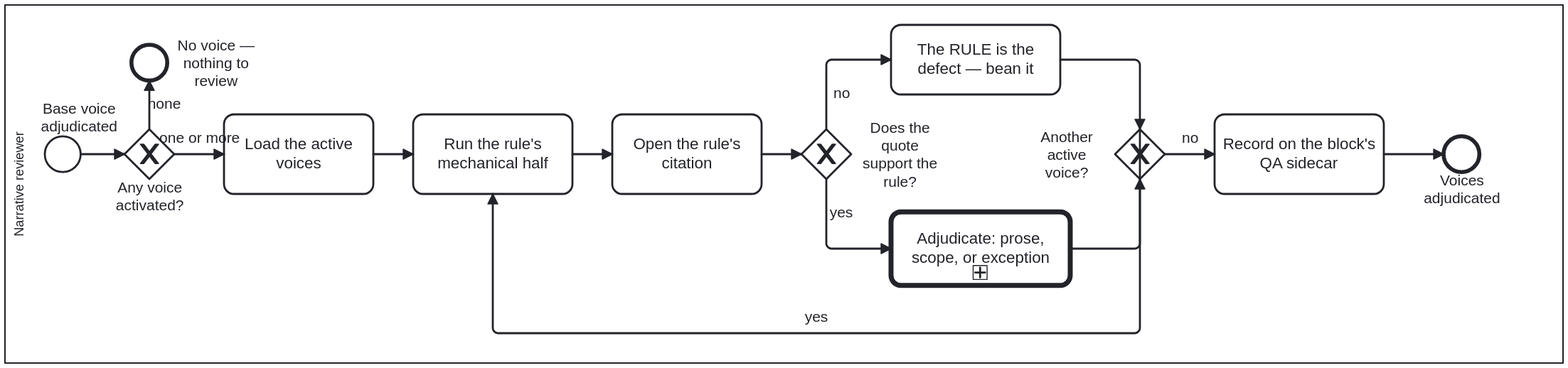
Earlier version of the BPMN export docs/assets/img/workflows/voice-review.svg (litlfred/cat-harness). Its source is kept beside it as processes/content/voice-review.bpmn. Ids are renumbered. Source of this version:
```xml
<bpmn:definitions xmlns:bpmn="http://www.omg.org/spec/BPMN/20100524/MODEL"
                  xmlns:bpmndi="http://www.omg.org/spec/BPMN/20100524/DI"
                  xmlns:dc="http://www.omg.org/spec/DD/20100524/DC"
                  xmlns:di="http://www.omg.org/spec/DD/20100524/DI"
                  xmlns:bootstrap.processes="https://litlfred.github.io/bootstrap/v0/processes/ns#"
                  xmlns:cat-harness.processes="https://litlfred.github.io/cat-harness/v0/processes/ns#"
                  id="Definitions_VoiceReview"
                  targetNamespace="https://litlfred.github.io/folio-assistant/workflows">
  <bpmn:import namespace="https://litlfred.github.io/bootstrap/v0/processes/ns#" location="https://litlfred.github.io/bootstrap/v0/processes/ns.jsonld" importType="http://www.w3.org/ns/json-ld"/>
  <bpmn:resource id="narrative-reviewer" name="Narrative reviewer"/>

  <!-- ═══════════════════════════════════════════════════════════
       Voice overlay review — a SUBPROCESS of Process_NarrativeReview.

       Issue #208 asks for the voice review to be part of the "one voice"
       review rather than beside it, and this is where that lands: the
       narrative reviewer descends here after adjudicating the base house
       voice, and takes on no new role — the same `narrative-reviewer` lane
       owns both halves, because a voice is a REGISTER and register is what
       that lane already judges.

       THE FIRST GATEWAY IS THE POINT. A folio that has activated no voice
       must leave immediately, and this diagram says so structurally rather
       than leaving it to a reviewer's discretion. Issue #208: "we shouldnt
       autmoatically apply voices … the folio-asst's own docuemtnation conent
       doesnt have any voice". An unasked-for voice produces confident
       findings against prose that was never written to it.

       THE LOOP OVER VOICES IS SEQUENTIAL AND DELIBERATE. Rules from several
       active voices are UNIONED, not merged, so two voices may both speak
       about capitalisation and both findings stand. A reviewer reading a
       finding has to know which voice raised it, and a merged pass would
       lose that.
       ═══════════════════════════════════════════════════════════ -->

  <bpmn:process id="Process_VoiceReview" name="Voice overlay review" isExecutable="false">
    <bpmn:documentation>The voice axis: load whichever editorial voices are active, run each rule's mechanical half, and decide — for each finding — whether the prose is wrong, the rule does not apply to this content, or this block is a stated exception.

You are in this process after the base voice has been adjudicated, and only if a voice is active at all: the first gateway ends the process honestly when none is, rather than reporting a clean review of nothing.

Three outcomes, all legitimate, and the third is the one that needs recording: an exception without a reviewer entry is indistinguishable from a rule nobody ran. There is also a fourth path the diagram draws deliberately — if the rule's own citation does not support it, the RULE is the defect, and that becomes a bean rather than a finding against the prose.</bpmn:documentation>
    <bpmn:extensionElements>
      <cat-harness.processes:policy enforcement="advisory"/>
    </bpmn:extensionElements>

    <bpmn:laneSet id="LaneSet_VoiceReview">
      <bpmn:lane id="Lane_NarrativeReviewer" name="Narrative reviewer" partitionElementRef="narrative-reviewer">
        <bpmn:documentation>Runs every active voice to completion rather than stopping at the first, because rules from separate voices are UNIONED rather than merged — two voices can both flag capitalisation and both findings must stand, so folding voice N+1's pass into voice N's would lose which voice raised what. At each citation, this lane also has to route the defect to the right place: a rule its own citation does not support goes to Task_RuleIsWrong as a finding against the VOICE, never into Task_Adjudicate, which only ever judges the block.</bpmn:documentation>
        <bpmn:flowNodeRef>Start_BaseVoiceDone</bpmn:flowNodeRef>
        <bpmn:flowNodeRef>GW_AnyActive</bpmn:flowNodeRef>
        <bpmn:flowNodeRef>End_NoVoice</bpmn:flowNodeRef>
        <bpmn:flowNodeRef>Task_LoadActive</bpmn:flowNodeRef>
        <bpmn:flowNodeRef>Task_MechanicalHalf</bpmn:flowNodeRef>
        <bpmn:flowNodeRef>Task_OpenCitation</bpmn:flowNodeRef>
        <bpmn:flowNodeRef>GW_QuoteSupports</bpmn:flowNodeRef>
        <bpmn:flowNodeRef>Task_RuleIsWrong</bpmn:flowNodeRef>
        <bpmn:flowNodeRef>Task_Adjudicate</bpmn:flowNodeRef>
        <bpmn:flowNodeRef>GW_MoreVoices</bpmn:flowNodeRef>
        <bpmn:flowNodeRef>Task_RecordOnSidecar</bpmn:flowNodeRef>
        <bpmn:flowNodeRef>End_VoiceReviewed</bpmn:flowNodeRef>
      </bpmn:lane>
    </bpmn:laneSet>

    <bpmn:startEvent id="Start_BaseVoiceDone" name="Base voice&#10;adjudicated"/>

    <bpmn:exclusiveGateway id="GW_AnyActive" name="Any voice&#10;activated?">
      <bpmn:documentation>Is any voice activated for this block, beyond the base voice already adjudicated? `none` ends with nothing to review; `one or more` loads the active voices.</bpmn:documentation>
    </bpmn:exclusiveGateway>

    <bpmn:endEvent id="End_NoVoice" name="No voice —&#10;nothing to review">
      <bpmn:documentation>A pass, not a gap. An empty `voices.active` is the default and a legitimate answer: this instance ships four voices and activates none.</bpmn:documentation>
    </bpmn:endEvent>

    <bpmn:task id="Task_LoadActive" name="Load the active voices">
      <bpmn:documentation>The activated set only, never everything shipped. An id naming no shipped voice is an error rather than a skip — a folio that believes it is applying a voice and is applying nothing has the cleanest-looking output of the three.</bpmn:documentation>
      <bpmn:extensionElements><bootstrap.processes:skill ref="voice-overlay-review"/></bpmn:extensionElements>
    </bpmn:task>

    <bpmn:task id="Task_MechanicalHalf" name="Run the rule's mechanical half">
      <bpmn:documentation>Whatever `patterns` and `terminology` the rule carries. A `judgementOnly` rule has no mechanical half by declaration, which is different from nobody having written one yet.</bpmn:documentation>
      <bpmn:extensionElements><bootstrap.processes:skill ref="voice-overlay-review"/></bpmn:extensionElements>
    </bpmn:task>

    <bpmn:task id="Task_OpenCitation" name="Open the rule's citation">
      <bpmn:documentation>Every rule resolves to a real `library/` section or a KG node, and carries the quote it was read from. Opening it is what lets a reviewer say WHY the rule applies — and it is the only way to catch a rule that misread its own source.</bpmn:documentation>
      <bpmn:extensionElements><bootstrap.processes:skill ref="voice-overlay-review"/></bpmn:extensionElements>
    </bpmn:task>

    <bpmn:exclusiveGateway id="GW_QuoteSupports" name="Does the quote&#10;support the rule?">
      <bpmn:documentation>Answered by opening the rule's citation: does the quoted source support the rule? `no` means the rule itself is the defect and is beaned; `yes` goes to adjudicating the prose, the rule's scope or an exception.</bpmn:documentation>
    </bpmn:exclusiveGateway>

    <bpmn:task id="Task_RuleIsWrong" name="The RULE is the defect — bean it">
      <bpmn:documentation>A rule its own quote does not support is a finding against the voice, not against the block. Measured precedent: `voice-editorializing` flags "clearly", and the exemplar the Milnor gate is named after uses it fourteen times as proof economy (bean `2t41`).</bpmn:documentation>
      <bpmn:extensionElements>
        <bootstrap.processes:skill ref="voice-overlay-review"/>
        <cat-harness.processes:bean op="note"/>
      </bpmn:extensionElements>
    </bpmn:task>

    <bpmn:callActivity id="Task_Adjudicate" calledElement="Process_CriterionAdjudication" name="Adjudicate: prose, scope, or exception">
      <bpmn:documentation>The same three outcomes as the base voice axis. The register is wrong for this block (fix the prose); the rule does not apply to this content (scope it on the voice, one edit rather than ten overrules); or the rule applies and this block is an exception (a reviewer entry saying why).</bpmn:documentation>
      <bpmn:extensionElements><bootstrap.processes:skill ref="voice-overlay-review"/><bootstrap.processes:skill ref="adjudication"/><cat-harness.processes:adjudication accepts="stands scope dispensation"/></bpmn:extensionElements>
    </bpmn:callActivity>

    <bpmn:exclusiveGateway id="GW_MoreVoices" name="Another active&#10;voice?">
      <bpmn:documentation>Is another active voice left to review? `yes` runs that voice's mechanical half; `no` records the results on the block's QA sidecar.</bpmn:documentation>
    </bpmn:exclusiveGateway>

    <bpmn:task id="Task_RecordOnSidecar" name="Record on the block's QA sidecar">
      <bpmn:documentation>Through `qa-merge-findings`, so the icon and the published witness agree with the decision. The adjudication LEADS the criterion and the script entry is kept beneath it: a disagreement between a checker and a reviewer is information.</bpmn:documentation>
      <bpmn:extensionElements><bootstrap.processes:skill ref="voice-overlay-review"/></bpmn:extensionElements>
    </bpmn:task>

    <bpmn:endEvent id="End_VoiceReviewed" name="Voices&#10;adjudicated"/>

    <bpmn:sequenceFlow id="F_V1" sourceRef="Start_BaseVoiceDone" targetRef="GW_AnyActive"/>
    <bpmn:sequenceFlow id="F_V2" name="none" sourceRef="GW_AnyActive" targetRef="End_NoVoice"/>
    <bpmn:sequenceFlow id="F_V3" name="one or more" sourceRef="GW_AnyActive" targetRef="Task_LoadActive"/>
    <bpmn:sequenceFlow id="F_V4" sourceRef="Task_LoadActive" targetRef="Task_MechanicalHalf"/>
    <bpmn:sequenceFlow id="F_V5" sourceRef="Task_MechanicalHalf" targetRef="Task_OpenCitation"/>
    <bpmn:sequenceFlow id="F_V6" sourceRef="Task_OpenCitation" targetRef="GW_QuoteSupports"/>
    <bpmn:sequenceFlow id="F_V7" name="no" sourceRef="GW_QuoteSupports" targetRef="Task_RuleIsWrong"/>
    <bpmn:sequenceFlow id="F_V8" name="yes" sourceRef="GW_QuoteSupports" targetRef="Task_Adjudicate"/>
    <bpmn:sequenceFlow id="F_V9" sourceRef="Task_RuleIsWrong" targetRef="GW_MoreVoices"/>
    <bpmn:sequenceFlow id="F_V10" sourceRef="Task_Adjudicate" targetRef="GW_MoreVoices"/>
    <bpmn:sequenceFlow id="F_V11" name="yes" sourceRef="GW_MoreVoices" targetRef="Task_MechanicalHalf"/>
    <bpmn:sequenceFlow id="F_V12" name="no" sourceRef="GW_MoreVoices" targetRef="Task_RecordOnSidecar"/>
    <bpmn:sequenceFlow id="F_V13" sourceRef="Task_RecordOnSidecar" targetRef="End_VoiceReviewed"/>

  </bpmn:process>

  <bpmndi:BPMNDiagram id="Diagram_VoiceReview">
    <bpmndi:BPMNPlane id="Plane_VoiceReview" bpmnElement="Process_VoiceReview">
      <bpmndi:BPMNShape id="S_Lane_NarrativeReviewer_V" bpmnElement="Lane_NarrativeReviewer" isHorizontal="true">
        <dc:Bounds x="160" y="80" width="1565" height="360" />
      </bpmndi:BPMNShape>
      <bpmndi:BPMNShape id="S_Start_BaseVoiceDone" bpmnElement="Start_BaseVoiceDone">
        <dc:Bounds x="200" y="212" width="36" height="36" />
        <bpmndi:BPMNLabel><dc:Bounds x="189.5" y="175.5" width="90" height="36" /></bpmndi:BPMNLabel>
      </bpmndi:BPMNShape>
      <bpmndi:BPMNShape id="S_GW_AnyActive" bpmnElement="GW_AnyActive" isMarkerVisible="true">
        <dc:Bounds x="280" y="205" width="50" height="50" />
      </bpmndi:BPMNShape>
      <bpmndi:BPMNShape id="S_End_NoVoice" bpmnElement="End_NoVoice">
        <dc:Bounds x="287" y="120" width="36" height="36" />

      <bpmndi:BPMNLabel><dc:Bounds x="327" y="111.5" width="90" height="53" /></bpmndi:BPMNLabel></bpmndi:BPMNShape>
      <bpmndi:BPMNShape id="S_Task_LoadActive" bpmnElement="Task_LoadActive">
        <dc:Bounds x="380" y="190" width="150" height="80" />
      </bpmndi:BPMNShape>
      <bpmndi:BPMNShape id="S_Task_MechanicalHalf" bpmnElement="Task_MechanicalHalf">
        <dc:Bounds x="570" y="190" width="160" height="80" />
      </bpmndi:BPMNShape>
      <bpmndi:BPMNShape id="S_Task_OpenCitation" bpmnElement="Task_OpenCitation">
        <dc:Bounds x="770" y="190" width="150" height="80" />
      </bpmndi:BPMNShape>
      <bpmndi:BPMNShape id="S_GW_QuoteSupports" bpmnElement="GW_QuoteSupports" isMarkerVisible="true">
        <dc:Bounds x="960" y="205" width="50" height="50" />

      <bpmndi:BPMNLabel><dc:Bounds x="1014" y="194.5" width="90" height="71" /></bpmndi:BPMNLabel></bpmndi:BPMNShape>
      <bpmndi:BPMNShape id="S_Task_RuleIsWrong" bpmnElement="Task_RuleIsWrong">
        <dc:Bounds x="1050" y="100" width="170" height="70" />
      </bpmndi:BPMNShape>
      <bpmndi:BPMNShape id="S_Task_Adjudicate" bpmnElement="Task_Adjudicate">
        <dc:Bounds x="1050" y="288" width="180" height="74" />
      </bpmndi:BPMNShape>
      <bpmndi:BPMNShape id="S_GW_MoreVoices" bpmnElement="GW_MoreVoices" isMarkerVisible="true">
        <dc:Bounds x="1275" y="205" width="50" height="50" />

      <bpmndi:BPMNLabel><dc:Bounds x="1181" y="203.5" width="90" height="53" /></bpmndi:BPMNLabel></bpmndi:BPMNShape>
      <bpmndi:BPMNShape id="S_Task_RecordOnSidecar" bpmnElement="Task_RecordOnSidecar">
        <dc:Bounds x="1375" y="190" width="170" height="80" />
      </bpmndi:BPMNShape>
      <bpmndi:BPMNShape id="S_End_VoiceReviewed" bpmnElement="End_VoiceReviewed">
        <dc:Bounds x="1605" y="212" width="36" height="36" />
      </bpmndi:BPMNShape>
      <bpmndi:BPMNEdge id="E_F_V1" bpmnElement="F_V1">
        <di:waypoint x="236" y="230"/><di:waypoint x="280" y="230"/>
      </bpmndi:BPMNEdge>
      <bpmndi:BPMNEdge id="E_F_V2" bpmnElement="F_V2">
        <di:waypoint x="305" y="205"/><di:waypoint x="305" y="156"/>
      </bpmndi:BPMNEdge>
      <bpmndi:BPMNEdge id="E_F_V3" bpmnElement="F_V3">
        <di:waypoint x="330" y="230"/><di:waypoint x="380" y="230"/>
      </bpmndi:BPMNEdge>
      <bpmndi:BPMNEdge id="E_F_V4" bpmnElement="F_V4">
        <di:waypoint x="530" y="230"/><di:waypoint x="570" y="230"/>
      </bpmndi:BPMNEdge>
      <bpmndi:BPMNEdge id="E_F_V5" bpmnElement="F_V5">
        <di:waypoint x="730" y="230"/><di:waypoint x="770" y="230"/>
      </bpmndi:BPMNEdge>
      <bpmndi:BPMNEdge id="E_F_V6" bpmnElement="F_V6">
        <di:waypoint x="920" y="230"/><di:waypoint x="960" y="230"/>
      </bpmndi:BPMNEdge>
      <bpmndi:BPMNEdge id="E_F_V7" bpmnElement="F_V7">
        <di:waypoint x="985" y="205"/><di:waypoint x="985" y="135"/><di:waypoint x="1050" y="135"/>
      </bpmndi:BPMNEdge>
      <bpmndi:BPMNEdge id="E_F_V8" bpmnElement="F_V8">
        <di:waypoint x="985" y="255" />
        <di:waypoint x="985" y="325" />
        <di:waypoint x="1050" y="325" />
      </bpmndi:BPMNEdge>
      <bpmndi:BPMNEdge id="E_F_V9" bpmnElement="F_V9">
        <di:waypoint x="1220" y="135" />
        <di:waypoint x="1300" y="135" />
        <di:waypoint x="1300" y="205" />
      </bpmndi:BPMNEdge>
      <bpmndi:BPMNEdge id="E_F_V10" bpmnElement="F_V10">
        <di:waypoint x="1230" y="325" />
        <di:waypoint x="1300" y="325" />
        <di:waypoint x="1300" y="255" />
      </bpmndi:BPMNEdge>
      <bpmndi:BPMNEdge id="E_F_V11" bpmnElement="F_V11">
        <di:waypoint x="1300" y="205" />
        <di:waypoint x="1300" y="410" />
        <di:waypoint x="650" y="410" />
        <di:waypoint x="650" y="270" />
      </bpmndi:BPMNEdge>
      <bpmndi:BPMNEdge id="E_F_V12" bpmnElement="F_V12">
        <di:waypoint x="1325" y="230" />
        <di:waypoint x="1375" y="230" />
      </bpmndi:BPMNEdge>
      <bpmndi:BPMNEdge id="E_F_V13" bpmnElement="F_V13">
        <di:waypoint x="1545" y="230" />
        <di:waypoint x="1605" y="230" />
      </bpmndi:BPMNEdge>
    </bpmndi:BPMNPlane>
  </bpmndi:BPMNDiagram>
</bpmn:definitions>
```
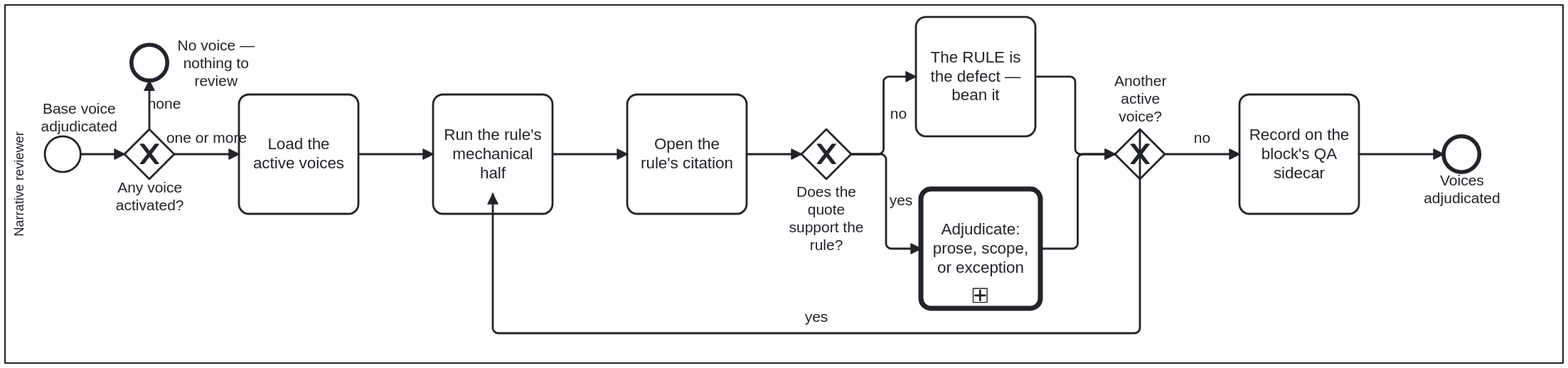
After the commit.

The edit, as a diff of the source:
```diff
@@ -137,8 +137,8 @@
       </bpmndi:BPMNShape>
       <bpmndi:BPMNShape id="S_Start_BaseVoiceDone" bpmnElement="Start_BaseVoiceDone">
         <dc:Bounds x="200" y="212" width="36" height="36" />
-        <bpmndi:BPMNLabel><dc:Bounds x="189.5" y="175.5" width="90" height="36" /></bpmndi:BPMNLabel>
-      </bpmndi:BPMNShape>
+
+      <bpmndi:BPMNLabel><dc:Bounds x="189.5" y="175.5" width="90" height="36" /></bpmndi:BPMNLabel></bpmndi:BPMNShape>
       <bpmndi:BPMNShape id="S_GW_AnyActive" bpmnElement="GW_AnyActive" isMarkerVisible="true">
         <dc:Bounds x="280" y="205" width="50" height="50" />
       </bpmndi:BPMNShape>
@@ -147,30 +147,30 @@
 
       <bpmndi:BPMNLabel><dc:Bounds x="327" y="111.5" width="90" height="53" /></bpmndi:BPMNLabel></bpmndi:BPMNShape>
       <bpmndi:BPMNShape id="S_Task_LoadActive" bpmnElement="Task_LoadActive">
-        <dc:Bounds x="380" y="190" width="150" height="80" />
+        <dc:Bounds x="395" y="170" width="120" height="120" />
       </bpmndi:BPMNShape>
       <bpmndi:BPMNShape id="S_Task_MechanicalHalf" bpmnElement="Task_MechanicalHalf">
-        <dc:Bounds x="570" y="190" width="160" height="80" />
+        <dc:Bounds x="590" y="170" width="120" height="120" />
       </bpmndi:BPMNShape>
       <bpmndi:BPMNShape id="S_Task_OpenCitation" bpmnElement="Task_OpenCitation">
-        <dc:Bounds x="770" y="190" width="150" height="80" />
+        <dc:Bounds x="785" y="170" width="120" height="120" />
       </bpmndi:BPMNShape>
       <bpmndi:BPMNShape id="S_GW_QuoteSupports" bpmnElement="GW_QuoteSupports" isMarkerVisible="true">
         <dc:Bounds x="960" y="205" width="50" height="50" />
 
-      <bpmndi:BPMNLabel><dc:Bounds x="1014" y="194.5" width="90" height="71" /></bpmndi:BPMNLabel></bpmndi:BPMNShape>
+      <bpmndi:BPMNLabel><dc:Bounds x="940" y="259" width="90" height="71" /></bpmndi:BPMNLabel></bpmndi:BPMNShape>
       <bpmndi:BPMNShape id="S_Task_RuleIsWrong" bpmnElement="Task_RuleIsWrong">
-        <dc:Bounds x="1050" y="100" width="170" height="70" />
+        <dc:Bounds x="1075" y="92" width="120" height="120" />
       </bpmndi:BPMNShape>
       <bpmndi:BPMNShape id="S_Task_Adjudicate" bpmnElement="Task_Adjudicate">
-        <dc:Bounds x="1050" y="288" width="180" height="74" />
+        <dc:Bounds x="1080" y="265" width="120" height="120" />
       </bpmndi:BPMNShape>
       <bpmndi:BPMNShape id="S_GW_MoreVoices" bpmnElement="GW_MoreVoices" isMarkerVisible="true">
         <dc:Bounds x="1275" y="205" width="50" height="50" />
 
-      <bpmndi:BPMNLabel><dc:Bounds x="1181" y="203.5" width="90" height="53" /></bpmndi:BPMNLabel></bpmndi:BPMNShape>
+      <bpmndi:BPMNLabel><dc:Bounds x="1255" y="148" width="90" height="53" /></bpmndi:BPMNLabel></bpmndi:BPMNShape>
       <bpmndi:BPMNShape id="S_Task_RecordOnSidecar" bpmnElement="Task_RecordOnSidecar">
-        <dc:Bounds x="1375" y="190" width="170" height="80" />
+        <dc:Bounds x="1400" y="170" width="120" height="120" />
       </bpmndi:BPMNShape>
       <bpmndi:BPMNShape id="S_End_VoiceReviewed" bpmnElement="End_VoiceReviewed">
         <dc:Bounds x="1605" y="212" width="36" height="36" />
@@ -182,34 +182,44 @@
         <di:waypoint x="305" y="205"/><di:waypoint x="305" y="156"/>
       </bpmndi:BPMNEdge>
       <bpmndi:BPMNEdge id="E_F_V3" bpmnElement="F_V3">
-        <di:waypoint x="330" y="230"/><di:waypoint x="380" y="230"/>
+        <di:waypoint x="330" y="230" />
+        <di:waypoint x="395" y="230" />
       </bpmndi:BPMNEdge>
       <bpmndi:BPMNEdge id="E_F_V4" bpmnElement="F_V4">
-        <di:waypoint x="530" y="230"/><di:waypoint x="570" y="230"/>
+        <di:waypoint x="515" y="230" />
+        <di:waypoint x="590" y="230" />
       </bpmndi:BPMNEdge>
       <bpmndi:BPMNEdge id="E_F_V5" bpmnElement="F_V5">
-        <di:waypoint x="730" y="230"/><di:waypoint x="770" y="230"/>
+        <di:waypoint x="710" y="230" />
+        <di:waypoint x="785" y="230" />
       </bpmndi:BPMNEdge>
       <bpmndi:BPMNEdge id="E_F_V6" bpmnElement="F_V6">
-        <di:waypoint x="920" y="230"/><di:waypoint x="960" y="230"/>
+        <di:waypoint x="905" y="230" />
+        <di:waypoint x="960" y="230" />
       </bpmndi:BPMNEdge>
       <bpmndi:BPMNEdge id="E_F_V7" bpmnElement="F_V7">
-        <di:waypoint x="985" y="205"/><di:waypoint x="985" y="135"/><di:waypoint x="1050" y="135"/>
+        <di:waypoint x="1010" y="230" />
+        <di:waypoint x="1042.5" y="230" />
+        <di:waypoint x="1042.5" y="152" />
+        <di:waypoint x="1075" y="152" />
       </bpmndi:BPMNEdge>
       <bpmndi:BPMNEdge id="E_F_V8" bpmnElement="F_V8">
-        <di:waypoint x="985" y="255" />
-        <di:waypoint x="985" y="325" />
-        <di:waypoint x="1050" y="325" />
+        <di:waypoint x="1010" y="230" />
+        <di:waypoint x="1045" y="230" />
+        <di:waypoint x="1045" y="325" />
+        <di:waypoint x="1080" y="325" />
       </bpmndi:BPMNEdge>
       <bpmndi:BPMNEdge id="E_F_V9" bpmnElement="F_V9">
-        <di:waypoint x="1220" y="135" />
-        <di:waypoint x="1300" y="135" />
-        <di:waypoint x="1300" y="205" />
+        <di:waypoint x="1195" y="152" />
+        <di:waypoint x="1235" y="152" />
+        <di:waypoint x="1235" y="230" />
+        <di:waypoint x="1275" y="230" />
       </bpmndi:BPMNEdge>
       <bpmndi:BPMNEdge id="E_F_V10" bpmnElement="F_V10">
-        <di:waypoint x="1230" y="325" />
-        <di:waypoint x="1300" y="325" />
-        <di:waypoint x="1300" y="255" />
+        <di:waypoint x="1200" y="325" />
+        <di:waypoint x="1237.5" y="325" />
+        <di:waypoint x="1237.5" y="230" />
+        <di:waypoint x="1275" y="230" />
       </bpmndi:BPMNEdge>
       <bpmndi:BPMNEdge id="E_F_V11" bpmnElement="F_V11">
         <di:waypoint x="1300" y="205" />
@@ -219,10 +229,10 @@
       </bpmndi:BPMNEdge>
       <bpmndi:BPMNEdge id="E_F_V12" bpmnElement="F_V12">
         <di:waypoint x="1325" y="230" />
-        <di:waypoint x="1375" y="230" />
+        <di:waypoint x="1400" y="230" />
       </bpmndi:BPMNEdge>
       <bpmndi:BPMNEdge id="E_F_V13" bpmnElement="F_V13">
-        <di:waypoint x="1545" y="230" />
+        <di:waypoint x="1520" y="230" />
         <di:waypoint x="1605" y="230" />
       </bpmndi:BPMNEdge>
     </bpmndi:BPMNPlane>
```
